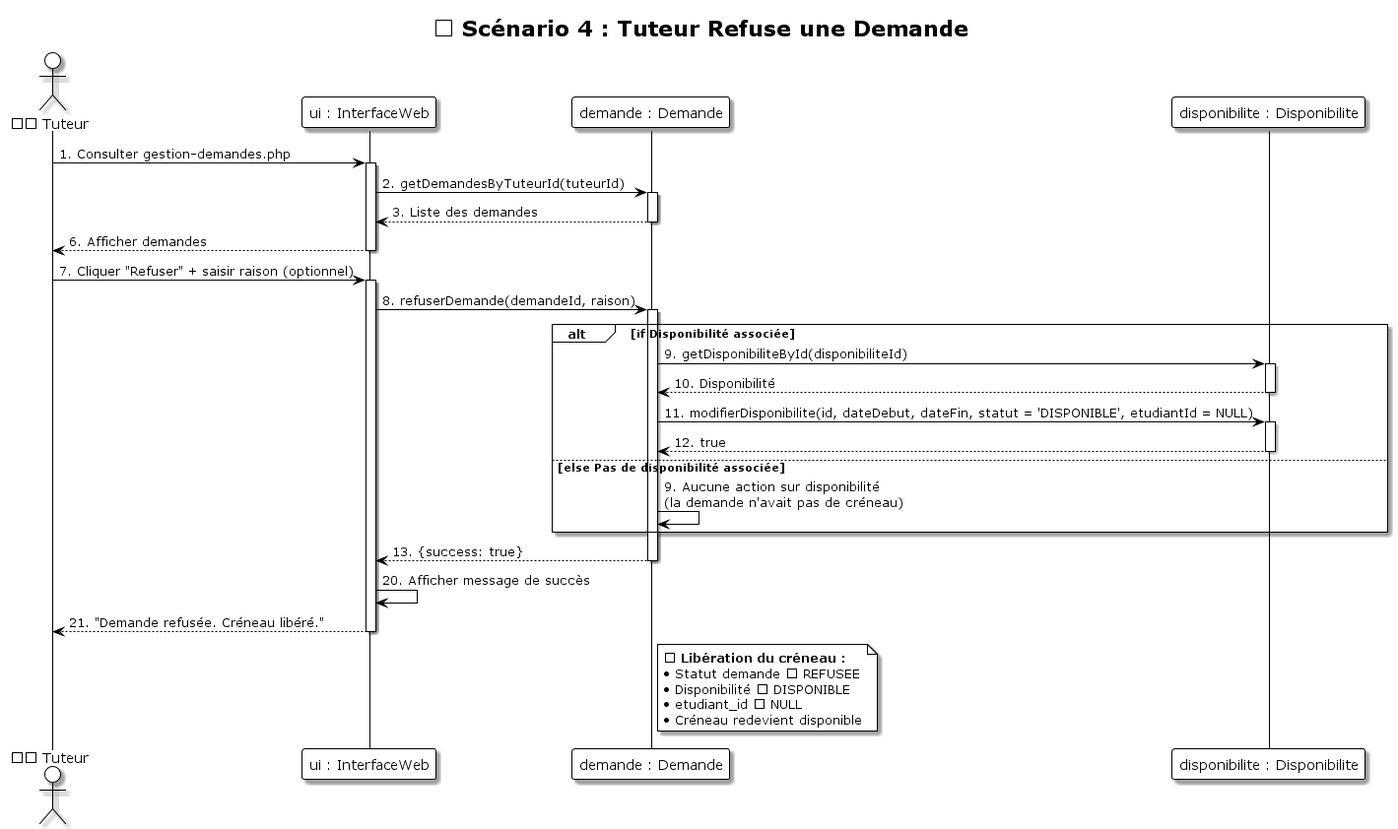
Earlier version of the PlantUML export UML/diagrammes_sequence/Sequence_04_Tuteur_Refuse_Demande.png (LLAbdul/LLAbdul-projet-tutoplus).
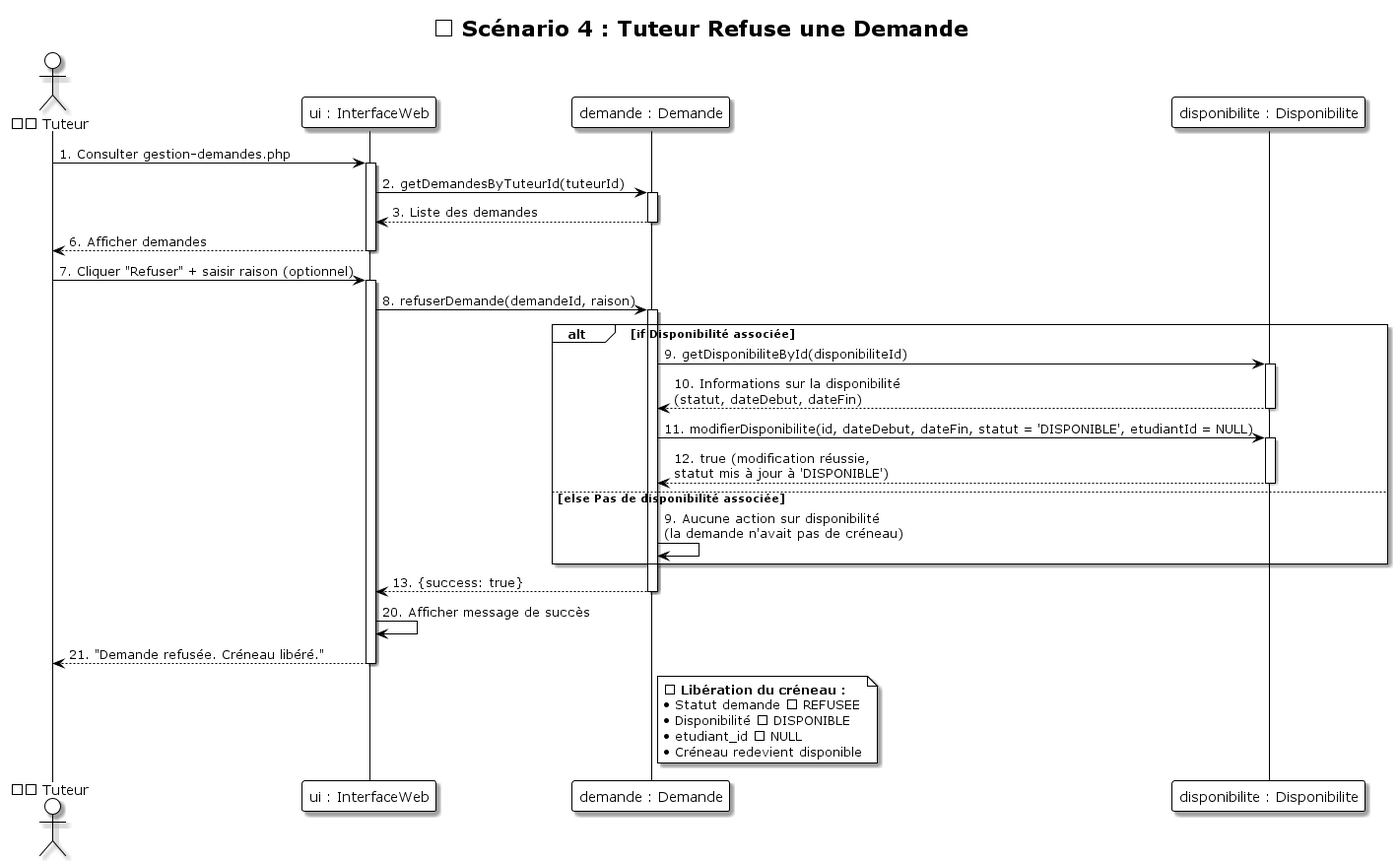
Above is the later version.

Change to the diagram source:
```diff
@@ -27,12 +27,12 @@
 alt if Disponibilité associée
     Demande -> Disponibilite: 9. getDisponibiliteById(disponibiliteId)
     activate Disponibilite
-    Disponibilite --> Demande: 10. Disponibilité
+    Disponibilite --> Demande: 10. Informations sur la disponibilité\n(statut, dateDebut, dateFin)
     deactivate Disponibilite
 
     Demande -> Disponibilite: 11. modifierDisponibilite(id, dateDebut, dateFin, statut = 'DISPONIBLE', etudiantId = NULL)
     activate Disponibilite
-    Disponibilite --> Demande: 12. true
+    Disponibilite --> Demande: 12. true (modification réussie,\nstatut mis à jour à 'DISPONIBLE')
     deactivate Disponibilite
 else else Pas de disponibilité associée
     Demande -> Demande: 9. Aucune action sur disponibilité\n(la demande n'avait pas de créneau)
```
